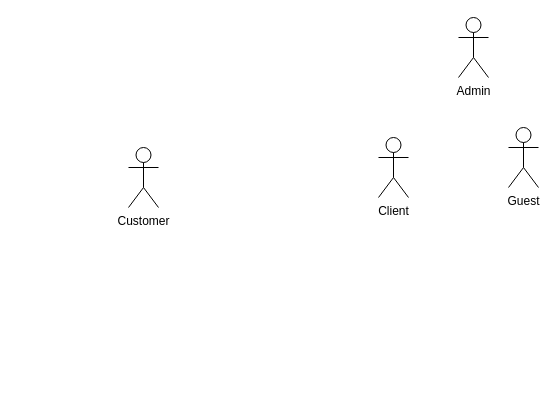
Before: booking.drawio in vanbjnbjn/usecase, a draw.io diagram. Source tidied: cells renumbered, new cells numbered last; positions are measured from the earlier drawing's top-left corner, leaving out a move shared by most shapes. Both pictures are drawn from the tidied source at 100%, with x=0, y=0 at pixel (128, 17).
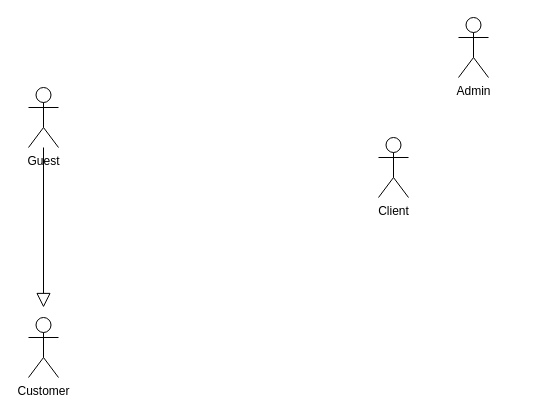
Above is the later version.

Diff of the diagram source:
```diff
@@
 <mxGraphModel>
   <root>
     <mxCell id="0" />
     <mxCell id="1" parent="0" />
     <mxCell id="2" value="Client" style="shape=umlActor;html=1;verticalLabelPosition=bottom;verticalAlign=top;align=center;" parent="1" vertex="1">
       <mxGeometry x="250" y="120" width="30" height="60" as="geometry" />
     </mxCell>
     <mxCell id="3" value="Admin" style="shape=umlActor;html=1;verticalLabelPosition=bottom;verticalAlign=top;align=center;" parent="1" vertex="1">
       <mxGeometry x="330" width="30" height="60" as="geometry" />
     </mxCell>
     <mxCell id="4" value="Guest" style="shape=umlActor;html=1;verticalLabelPosition=bottom;verticalAlign=top;align=center;" parent="1" vertex="1">
-      <mxGeometry x="380" y="110" width="30" height="60" as="geometry" />
+      <mxGeometry x="-100" y="70" width="30" height="60" as="geometry" />
     </mxCell>
     <mxCell id="5" value="Customer" style="shape=umlActor;html=1;verticalLabelPosition=bottom;verticalAlign=top;align=center;" parent="1" vertex="1">
-      <mxGeometry y="130" width="30" height="60" as="geometry" />
+      <mxGeometry x="-100" y="300" width="30" height="60" as="geometry" />
     </mxCell>
+    <mxCell id="6" style="edgeStyle=none;html=1;endSize=12;endArrow=block;endFill=0;rounded=0;" parent="1" edge="1">
+      <mxGeometry relative="1" as="geometry">
+        <mxPoint x="-85" y="130" as="sourcePoint" />
+        <mxPoint x="-85" y="290" as="targetPoint" />
+      </mxGeometry>
+    </mxCell>
   </root>
 </mxGraphModel>
```
